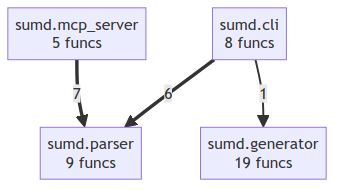
This is project/compact_flow.png from oqlos/statement, a Mermaid export, as it was before one commit. Its source is kept beside it as project/compact_flow.mmd. Source of this version:
```mermaid
flowchart TD
    sumd__cli["sumd.cli<br/>8 funcs"]
    sumd__generator["sumd.generator<br/>19 funcs"]
    sumd__mcp_server["sumd.mcp_server<br/>5 funcs"]
    sumd__parser["sumd.parser<br/>9 funcs"]
    sumd__mcp_server ==>|7| sumd__parser
    sumd__cli ==>|6| sumd__parser
    sumd__cli -->|1| sumd__generator
```
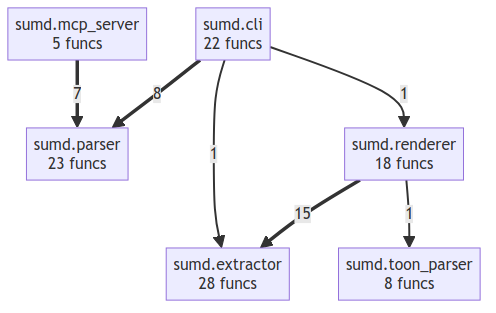
After the change.

Diff of the diagram source:
```diff
@@ -1,8 +1,13 @@
 flowchart TD
-    sumd__cli["sumd.cli<br/>8 funcs"]
-    sumd__generator["sumd.generator<br/>19 funcs"]
+    sumd__cli["sumd.cli<br/>22 funcs"]
+    sumd__extractor["sumd.extractor<br/>28 funcs"]
     sumd__mcp_server["sumd.mcp_server<br/>5 funcs"]
-    sumd__parser["sumd.parser<br/>9 funcs"]
+    sumd__parser["sumd.parser<br/>23 funcs"]
+    sumd__renderer["sumd.renderer<br/>18 funcs"]
+    sumd__toon_parser["sumd.toon_parser<br/>8 funcs"]
+    sumd__renderer ==>|15| sumd__extractor
+    sumd__cli ==>|8| sumd__parser
     sumd__mcp_server ==>|7| sumd__parser
-    sumd__cli ==>|6| sumd__parser
-    sumd__cli -->|1| sumd__generator
+    sumd__cli -->|1| sumd__renderer
+    sumd__cli -->|1| sumd__extractor
+    sumd__renderer -->|1| sumd__toon_parser
```
